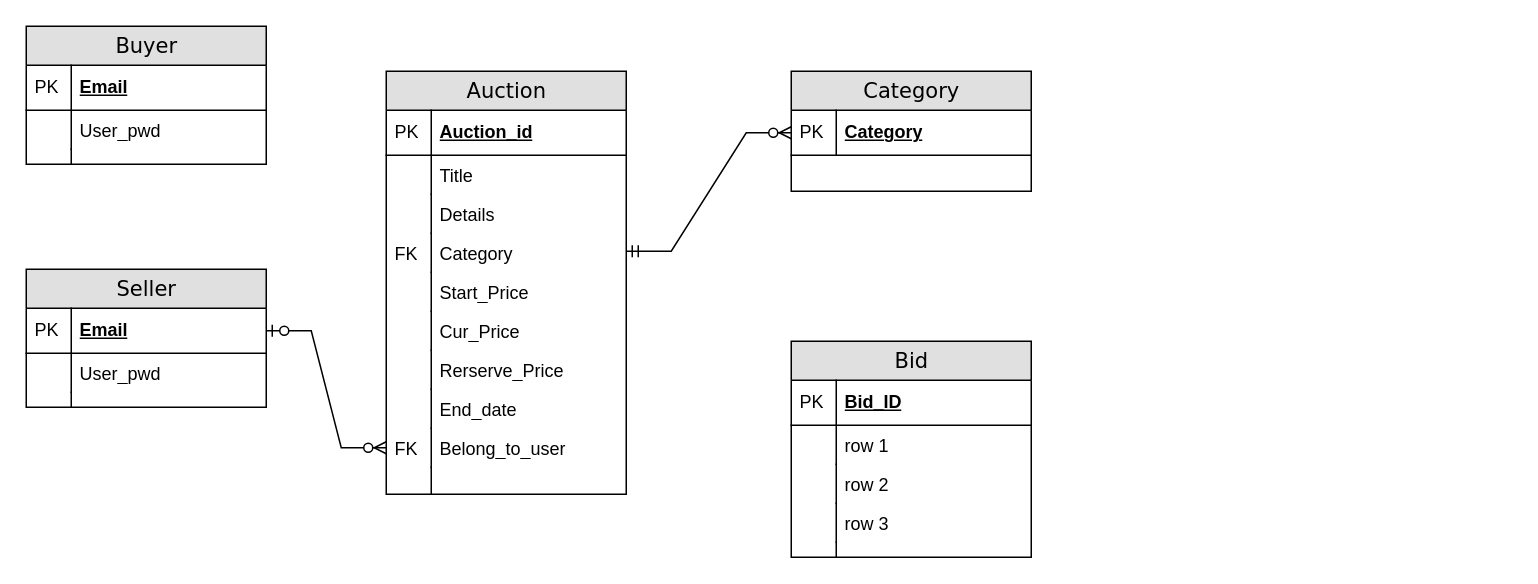
Above: Untitled Diagram.drawio in Melo-Melon/git_file (draw.io), before the change. Source tidied: cells renumbered, new cells numbered last; positions are measured from the earlier drawing's top-left corner, leaving out a move shared by most shapes. Both pictures are drawn from the tidied source at 150%, with x=0, y=0 at pixel (26, 26).
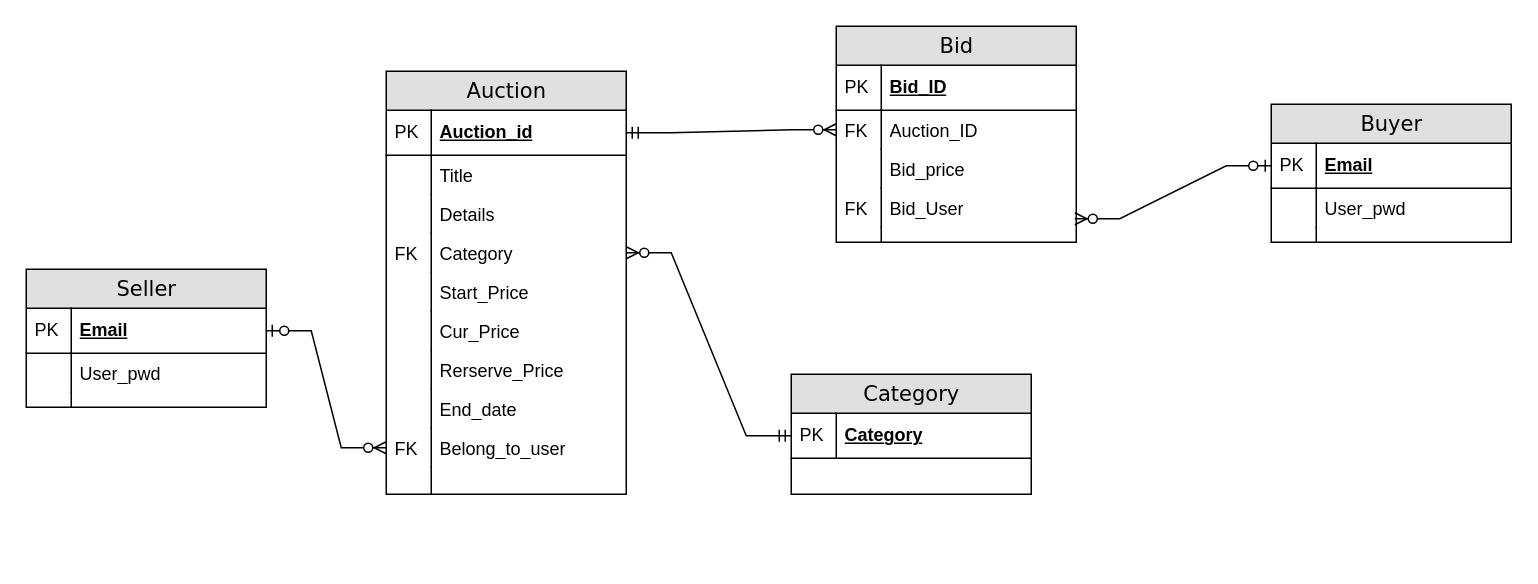
The same diagram, later.

Unchanged cells that the change refers to:
```xml
<mxCell id="3" value="Auction_id" style="shape=partialRectangle;top=0;left=0;right=0;bottom=1;html=1;align=left;verticalAlign=middle;fillColor=none;spacingLeft=34;spacingRight=4;whiteSpace=wrap;overflow=hidden;points=[[0,0.5],[1,0.5]];portConstraint=eastwest;fontStyle=5;" parent="2" vertex="1">
  <mxGeometry y="26" width="160" height="30" as="geometry" />
</mxCell>
<mxCell id="9" value="Category" style="shape=partialRectangle;top=0;left=0;right=0;bottom=0;html=1;align=left;verticalAlign=top;fillColor=none;spacingLeft=34;spacingRight=4;whiteSpace=wrap;overflow=hidden;points=[[0,0.5],[1,0.5]];portConstraint=eastwest;" parent="2" vertex="1">
  <mxGeometry y="108" width="160" height="26" as="geometry" />
</mxCell>
<mxCell id="35" value="Email" style="shape=partialRectangle;top=0;left=0;right=0;bottom=1;html=1;align=left;verticalAlign=middle;fillColor=none;spacingLeft=34;spacingRight=4;whiteSpace=wrap;overflow=hidden;points=[[0,0.5],[1,0.5]];portConstraint=eastwest;fontStyle=5;" parent="34" vertex="1">
  <mxGeometry y="26" width="160" height="30" as="geometry" />
</mxCell>
<mxCell id="50" value="Category" style="shape=partialRectangle;top=0;left=0;right=0;bottom=1;html=1;align=left;verticalAlign=middle;fillColor=none;spacingLeft=34;spacingRight=4;whiteSpace=wrap;overflow=hidden;points=[[0,0.5],[1,0.5]];portConstraint=eastwest;fontStyle=5;" parent="49" vertex="1">
  <mxGeometry y="26" width="160" height="30" as="geometry" />
</mxCell>
```

Change to the diagram source:
```diff
@@
     <mxCell id="23" value="Bid" style="swimlane;html=1;fontStyle=0;horizontal=1;startSize=26;fillColor=#e0e0e0;swimlaneFillColor=#ffffff;align=center;rounded=0;shadow=0;comic=0;labelBackgroundColor=none;strokeWidth=1;fontFamily=Verdana;fontSize=14;" parent="1" vertex="1">
-      <mxGeometry x="510" y="210" width="160" height="144" as="geometry" />
+      <mxGeometry x="540" width="160" height="144" as="geometry" />
     </mxCell>
@@
-    <mxCell id="26" value="row 1" style="shape=partialRectangle;top=0;left=0;right=0;bottom=0;html=1;align=left;verticalAlign=top;fillColor=none;spacingLeft=34;spacingRight=4;whiteSpace=wrap;overflow=hidden;points=[[0,0.5],[1,0.5]];portConstraint=eastwest;" parent="23" vertex="1">
+    <mxCell id="26" value="Auction_ID" style="shape=partialRectangle;top=0;left=0;right=0;bottom=0;html=1;align=left;verticalAlign=top;fillColor=none;spacingLeft=34;spacingRight=4;whiteSpace=wrap;overflow=hidden;points=[[0,0.5],[1,0.5]];portConstraint=eastwest;" parent="23" vertex="1">
       <mxGeometry y="56" width="160" height="26" as="geometry" />
     </mxCell>
-    <mxCell id="27" style="shape=partialRectangle;top=0;left=0;bottom=0;html=1;fillColor=none;align=left;verticalAlign=top;spacingLeft=4;spacingRight=4;whiteSpace=wrap;overflow=hidden;" parent="26" vertex="1">
+    <mxCell id="27" value="FK" style="shape=partialRectangle;top=0;left=0;bottom=0;html=1;fillColor=none;align=left;verticalAlign=top;spacingLeft=4;spacingRight=4;whiteSpace=wrap;overflow=hidden;" parent="26" vertex="1">
       <mxGeometry width="30" height="26" as="geometry" />
     </mxCell>
-    <mxCell id="28" value="row 2" style="shape=partialRectangle;top=0;left=0;right=0;bottom=0;html=1;align=left;verticalAlign=top;fillColor=none;spacingLeft=34;spacingRight=4;whiteSpace=wrap;overflow=hidden;" parent="23" vertex="1">
+    <mxCell id="28" value="Bid_price" style="shape=partialRectangle;top=0;left=0;right=0;bottom=0;html=1;align=left;verticalAlign=top;fillColor=none;spacingLeft=34;spacingRight=4;whiteSpace=wrap;overflow=hidden;" parent="23" vertex="1">
       <mxGeometry y="82" width="160" height="26" as="geometry" />
     </mxCell>
@@
-    <mxCell id="30" value="row 3" style="shape=partialRectangle;top=0;left=0;right=0;bottom=0;html=1;align=left;verticalAlign=top;fillColor=none;spacingLeft=34;spacingRight=4;whiteSpace=wrap;overflow=hidden;points=[[0,0.5],[1,0.5]];portConstraint=eastwest;" parent="23" vertex="1">
+    <mxCell id="30" value="Bid_User" style="shape=partialRectangle;top=0;left=0;right=0;bottom=0;html=1;align=left;verticalAlign=top;fillColor=none;spacingLeft=34;spacingRight=4;whiteSpace=wrap;overflow=hidden;points=[[0,0.5],[1,0.5]];portConstraint=eastwest;" parent="23" vertex="1">
       <mxGeometry y="108" width="160" height="26" as="geometry" />
     </mxCell>
-    <mxCell id="31" style="shape=partialRectangle;top=0;left=0;bottom=0;html=1;fillColor=none;align=left;verticalAlign=top;spacingLeft=4;spacingRight=4;whiteSpace=wrap;overflow=hidden;" parent="30" vertex="1">
+    <mxCell id="31" value="FK" style="shape=partialRectangle;top=0;left=0;bottom=0;html=1;fillColor=none;align=left;verticalAlign=top;spacingLeft=4;spacingRight=4;whiteSpace=wrap;overflow=hidden;" parent="30" vertex="1">
       <mxGeometry width="30" height="26" as="geometry" />
     </mxCell>
@@
     <mxCell id="34" value="Buyer" style="swimlane;html=1;fontStyle=0;horizontal=1;startSize=26;fillColor=#e0e0e0;swimlaneFillColor=#ffffff;align=center;rounded=0;shadow=0;comic=0;labelBackgroundColor=none;strokeWidth=1;fontFamily=Verdana;fontSize=14;" parent="1" vertex="1">
-      <mxGeometry width="160" height="92" as="geometry" />
+      <mxGeometry x="830" y="52" width="160" height="92" as="geometry" />
     </mxCell>
@@
     <mxCell id="49" value="Category" style="swimlane;html=1;fontStyle=0;horizontal=1;startSize=26;fillColor=#e0e0e0;swimlaneFillColor=#ffffff;align=center;rounded=0;shadow=0;comic=0;labelBackgroundColor=none;strokeWidth=1;fontFamily=Verdana;fontSize=14;" parent="1" vertex="1">
-      <mxGeometry x="510" y="30" width="160" height="80" as="geometry" />
+      <mxGeometry x="510" y="232" width="160" height="80" as="geometry" />
     </mxCell>
@@
-    <mxCell id="52" style="edgeStyle=entityRelationEdgeStyle;fontSize=12;html=1;endArrow=ERzeroToMany;startArrow=ERmandOne;rounded=0;entryX=0;entryY=0.5;entryDx=0;entryDy=0;" parent="1" edge="1" target="50">
+    <mxCell id="52" style="edgeStyle=entityRelationEdgeStyle;fontSize=12;html=1;endArrow=ERzeroToMany;startArrow=ERmandOne;rounded=0;exitX=0;exitY=0.5;exitDx=0;exitDy=0;" parent="1" edge="1" source="50" target="9">
       <mxGeometry relative="1" as="geometry">
-        <mxPoint x="400" y="150" as="sourcePoint" />
+        <Array as="points">
+          <mxPoint x="440" y="200" />
+        </Array>
       </mxGeometry>
     </mxCell>
+    <mxCell id="53" style="edgeStyle=entityRelationEdgeStyle;fontSize=12;html=1;endArrow=ERzeroToMany;startArrow=ERmandOne;rounded=0;" parent="1" edge="1" source="3" target="26">
+      <mxGeometry relative="1" as="geometry">
+        <Array as="points">
+          <mxPoint x="440" y="-31" />
+        </Array>
+      </mxGeometry>
+    </mxCell>
+    <mxCell id="54" style="edgeStyle=entityRelationEdgeStyle;fontSize=12;html=1;endArrow=ERzeroToMany;startArrow=ERzeroToOne;rounded=0;exitX=0;exitY=0.5;exitDx=0;exitDy=0;entryX=0.994;entryY=0.782;entryDx=0;entryDy=0;entryPerimeter=0;" parent="1" edge="1" source="35" target="30">
+      <mxGeometry relative="1" as="geometry" />
+    </mxCell>
```
